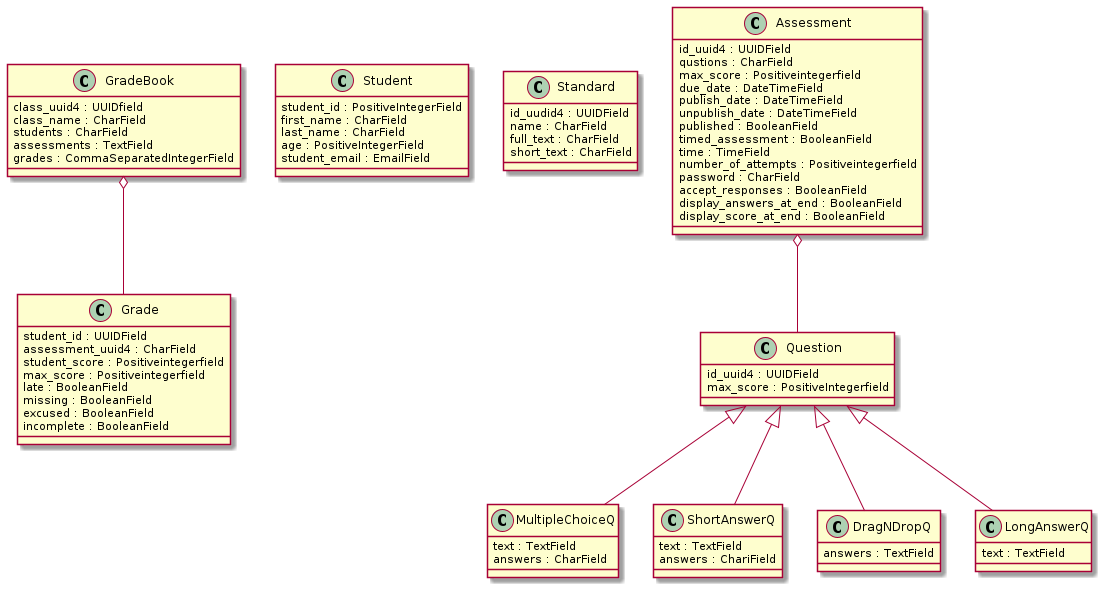
Above: classes.png in tfree87/LibreEd (PlantUML), before the change.
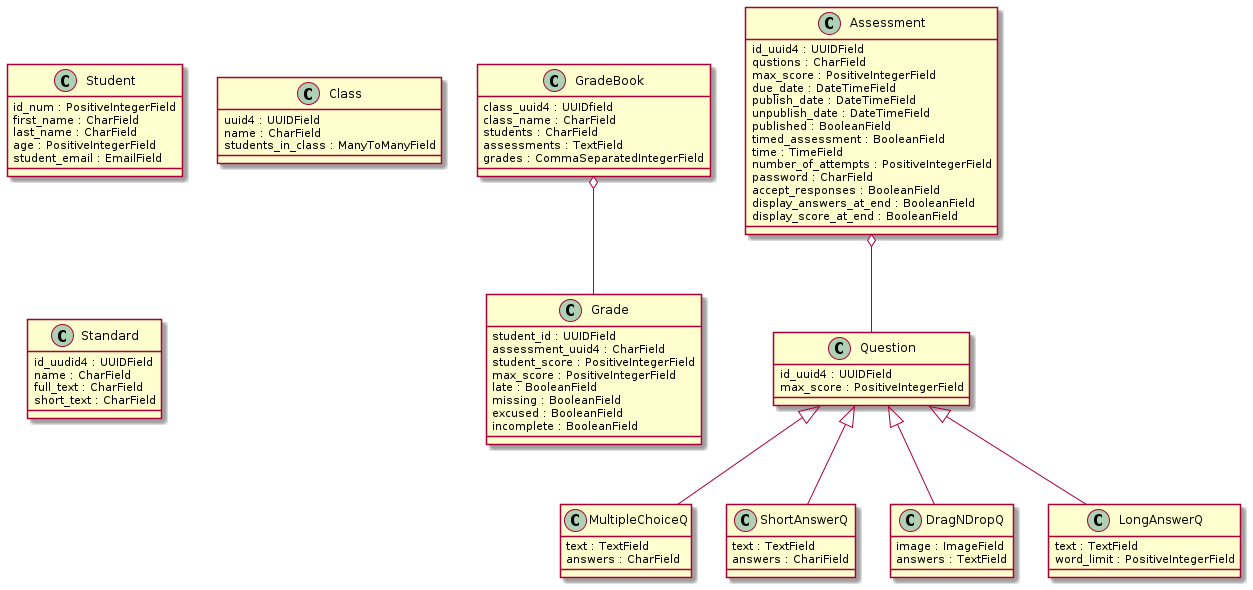
The same diagram one commit later.

Commit message:
Created models for SIS and updated README.org diagrams

Diff of the diagram source:
```diff
@@ -11,8 +11,8 @@
 class Grade {
 student_id : UUIDField
 assessment_uuid4 : CharField
-student_score : Positiveintegerfield
-max_score : Positiveintegerfield
+student_score : PositiveIntegerField
+max_score : PositiveIntegerField
 late : BooleanField
 missing : BooleanField
 excused : BooleanField
@@ -20,11 +20,17 @@
 }
 
 class Student {
-student_id : PositiveIntegerField
+id_num : PositiveIntegerField
 first_name : CharField
 last_name : CharField
 age : PositiveIntegerField
 student_email : EmailField
+}
+
+class Class {
+uuid4 : UUIDField
+name : CharField
+students_in_class : ManyToManyField
 }
 
 class Standard {
@@ -37,14 +43,14 @@
 class Assessment {
 id_uuid4 : UUIDField
 qustions : CharField
-max_score : Positiveintegerfield
+max_score : PositiveIntegerField
 due_date : DateTimeField
 publish_date : DateTimeField
 unpublish_date : DateTimeField
 published : BooleanField
 timed_assessment : BooleanField
 time : TimeField
-number_of_attempts : Positiveintegerfield
+number_of_attempts : PositiveIntegerField
 password : CharField
 accept_responses : BooleanField
 display_answers_at_end : BooleanField
@@ -53,7 +59,7 @@
 
 class Question {
 id_uuid4 : UUIDField
-max_score : PositiveIntegerfield
+max_score : PositiveIntegerField
 }
 
 class MultipleChoiceQ {
@@ -67,11 +73,13 @@
 }
 
 class DragNDropQ {
+image : ImageField
 answers : TextField
 }
 
 class LongAnswerQ {
 text : TextField
+        word_limit : PositiveIntegerField
 }
 
 Assessment o-- Question
```
